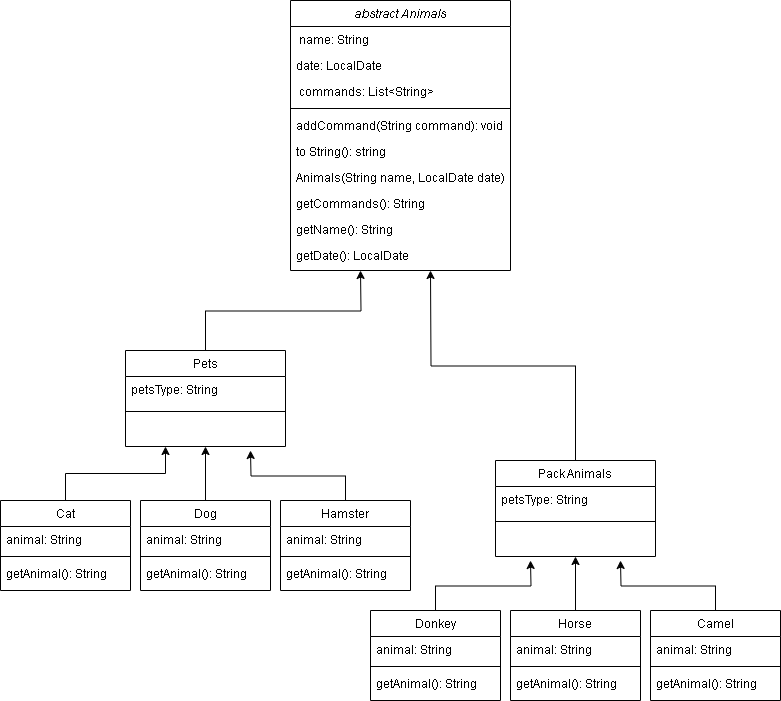
This is img/diagram.png from Baevar/finalHomeWork, a draw.io export, as it was before one commit. Source tidied: cells renumbered, new cells last; positions are measured from the earlier drawing's top-left corner, leaving out a move shared by most shapes.
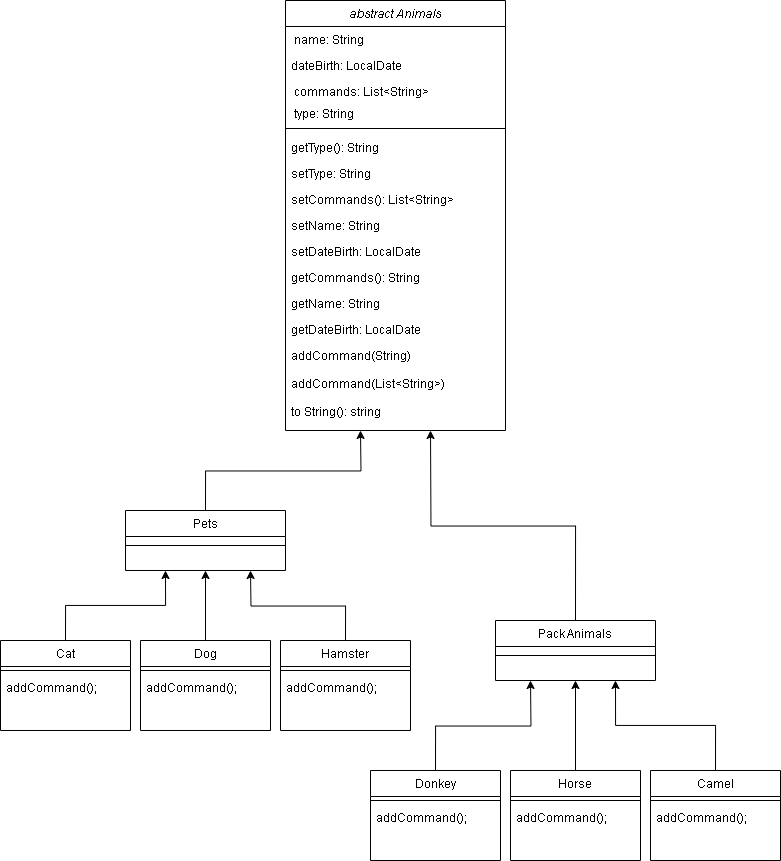
The same file after the commit.

Commit message:
поправил диаграмму

Diff of the diagram source:
```diff
@@ -3,52 +3,67 @@
     <mxCell id="0" />
     <mxCell id="1" parent="0" />
     <mxCell id="2" value="abstract Animals" style="swimlane;fontStyle=2;align=center;verticalAlign=top;horizontal=1;startSize=26;rounded=0;shadow=0;strokeWidth=1;" parent="1" vertex="1">
-      <mxGeometry x="290" width="220" height="270" as="geometry" />
+      <mxGeometry x="285" y="-160" width="220" height="430" as="geometry" />
     </mxCell>
     <mxCell id="3" value=" name: String" style="text;align=left;verticalAlign=top;spacingLeft=4;spacingRight=4;overflow=hidden;" parent="2" vertex="1">
       <mxGeometry y="26" width="220" height="26" as="geometry" />
     </mxCell>
-    <mxCell id="4" value="date: LocalDate" style="text;align=left;verticalAlign=top;spacingLeft=4;spacingRight=4;overflow=hidden;rounded=0;shadow=0;html=0;" parent="2" vertex="1">
+    <mxCell id="4" value="dateBirth: LocalDate" style="text;align=left;verticalAlign=top;spacingLeft=4;spacingRight=4;overflow=hidden;rounded=0;shadow=0;html=0;" parent="2" vertex="1">
       <mxGeometry y="52" width="220" height="26" as="geometry" />
     </mxCell>
     <mxCell id="5" value=" commands: List&lt;String&gt;" style="text;align=left;verticalAlign=top;spacingLeft=4;spacingRight=4;overflow=hidden;rounded=0;shadow=0;html=0;" parent="2" vertex="1">
-      <mxGeometry y="78" width="220" height="26" as="geometry" />
+      <mxGeometry y="78" width="220" height="22" as="geometry" />
     </mxCell>
+    <mxCell id="51" value=" type: String" style="text;align=left;verticalAlign=top;spacingLeft=4;spacingRight=4;overflow=hidden;rounded=0;shadow=0;html=0;" parent="2" vertex="1">
+      <mxGeometry y="100" width="220" height="22" as="geometry" />
+    </mxCell>
     <mxCell id="6" style="line;html=1;strokeWidth=1;align=left;verticalAlign=middle;spacingTop=-1;spacingLeft=3;spacingRight=3;labelPosition=right;" parent="2" vertex="1">
-      <mxGeometry y="104" width="220" height="8" as="geometry" />
+      <mxGeometry y="122" width="220" height="12" as="geometry" />
     </mxCell>
+    <mxCell id="11" value="getType(): String" style="text;align=left;verticalAlign=top;spacingLeft=4;spacingRight=4;overflow=hidden;" parent="2" vertex="1">
+      <mxGeometry y="134" width="220" height="26" as="geometry" />
+    </mxCell>
+    <mxCell id="52" value="setType: String" style="text;align=left;verticalAlign=top;spacingLeft=4;spacingRight=4;overflow=hidden;" parent="2" vertex="1">
+      <mxGeometry y="160" width="220" height="26" as="geometry" />
+    </mxCell>
+    <mxCell id="53" value="setCommands(): List&lt;String&gt;" style="text;align=left;verticalAlign=top;spacingLeft=4;spacingRight=4;overflow=hidden;" parent="2" vertex="1">
+      <mxGeometry y="186" width="220" height="26" as="geometry" />
+    </mxCell>
+    <mxCell id="54" value="setName: String" style="text;align=left;verticalAlign=top;spacingLeft=4;spacingRight=4;overflow=hidden;" parent="2" vertex="1">
+      <mxGeometry y="212" width="220" height="26" as="geometry" />
+    </mxCell>
+    <mxCell id="55" value="setDateBirth: LocalDate" style="text;align=left;verticalAlign=top;spacingLeft=4;spacingRight=4;overflow=hidden;" parent="2" vertex="1">
+      <mxGeometry y="238" width="220" height="26" as="geometry" />
+    </mxCell>
+    <mxCell id="10" value="getCommands(): String" style="text;align=left;verticalAlign=top;spacingLeft=4;spacingRight=4;overflow=hidden;" parent="2" vertex="1">
+      <mxGeometry y="264" width="220" height="26" as="geometry" />
+    </mxCell>
+    <mxCell id="56" value="getName: String" style="text;align=left;verticalAlign=top;spacingLeft=4;spacingRight=4;overflow=hidden;" parent="2" vertex="1">
+      <mxGeometry y="290" width="220" height="26" as="geometry" />
+    </mxCell>
+    <mxCell id="57" value="getDateBirth: LocalDate" style="text;align=left;verticalAlign=top;spacingLeft=4;spacingRight=4;overflow=hidden;" parent="2" vertex="1">
+      <mxGeometry y="316" width="220" height="26" as="geometry" />
+    </mxCell>
-    <mxCell id="7" value="addCommand(String command): void&#10;" style="text;align=left;verticalAlign=top;spacingLeft=4;spacingRight=4;overflow=hidden;" parent="2" vertex="1">
-      <mxGeometry y="112" width="220" height="26" as="geometry" />
+    <mxCell id="7" value="addCommand(String)&#10;" style="text;align=left;verticalAlign=top;spacingLeft=4;spacingRight=4;overflow=hidden;" parent="2" vertex="1">
+      <mxGeometry y="342" width="220" height="28" as="geometry" />
     </mxCell>
+    <mxCell id="58" value="addCommand(List&lt;String&gt;)&#10;" style="text;align=left;verticalAlign=top;spacingLeft=4;spacingRight=4;overflow=hidden;" parent="2" vertex="1">
+      <mxGeometry y="370" width="220" height="28" as="geometry" />
+    </mxCell>
     <mxCell id="8" value="to String(): string&#10;" style="text;align=left;verticalAlign=top;spacingLeft=4;spacingRight=4;overflow=hidden;" parent="2" vertex="1">
-      <mxGeometry y="138" width="220" height="26" as="geometry" />
+      <mxGeometry y="398" width="220" height="26" as="geometry" />
     </mxCell>
-    <mxCell id="9" value="Animals(String name, LocalDate date)" style="text;align=left;verticalAlign=top;spacingLeft=4;spacingRight=4;overflow=hidden;" parent="2" vertex="1">
-      <mxGeometry y="164" width="220" height="26" as="geometry" />
-    </mxCell>
-    <mxCell id="10" value="getCommands(): String" style="text;align=left;verticalAlign=top;spacingLeft=4;spacingRight=4;overflow=hidden;" parent="2" vertex="1">
-      <mxGeometry y="190" width="220" height="26" as="geometry" />
-    </mxCell>
-    <mxCell id="11" value="getName(): String" style="text;align=left;verticalAlign=top;spacingLeft=4;spacingRight=4;overflow=hidden;" parent="2" vertex="1">
-      <mxGeometry y="216" width="220" height="26" as="geometry" />
-    </mxCell>
-    <mxCell id="12" value="getDate(): LocalDate" style="text;align=left;verticalAlign=top;spacingLeft=4;spacingRight=4;overflow=hidden;" parent="2" vertex="1">
-      <mxGeometry y="242" width="220" height="26" as="geometry" />
-    </mxCell>
     <mxCell id="13" style="edgeStyle=orthogonalEdgeStyle;rounded=0;jettySize=auto;html=1;exitX=0.5;exitY=0;exitDx=0;exitDy=0;entryX=0.25;entryY=1;entryDx=0;entryDy=0;" parent="1" edge="1" source="14" target="19">
       <mxGeometry relative="1" as="geometry" />
     </mxCell>
     <mxCell id="14" value="Cat" style="swimlane;fontStyle=0;align=center;verticalAlign=top;horizontal=1;startSize=26;rounded=0;shadow=0;strokeWidth=1;" parent="1" vertex="1">
-      <mxGeometry y="500" width="130" height="90" as="geometry" />
+      <mxGeometry y="480" width="130" height="90" as="geometry" />
     </mxCell>
-    <mxCell id="15" value="animal: String" style="text;align=left;verticalAlign=top;spacingLeft=4;spacingRight=4;overflow=hidden;" parent="14" vertex="1">
-      <mxGeometry y="26" width="130" height="26" as="geometry" />
-    </mxCell>
     <mxCell id="16" style="line;html=1;strokeWidth=1;align=left;verticalAlign=middle;spacingTop=-1;spacingLeft=3;spacingRight=3;labelPosition=right;" parent="14" vertex="1">
-      <mxGeometry y="52" width="130" height="8" as="geometry" />
+      <mxGeometry y="26" width="130" height="8" as="geometry" />
     </mxCell>
-    <mxCell id="17" value="getAnimal(): String" style="text;align=left;verticalAlign=top;spacingLeft=4;spacingRight=4;overflow=hidden;" parent="14" vertex="1">
-      <mxGeometry y="60" width="130" height="26" as="geometry" />
+    <mxCell id="17" value="addCommand();" style="text;align=left;verticalAlign=top;spacingLeft=4;spacingRight=4;overflow=hidden;" parent="14" vertex="1">
+      <mxGeometry y="34" width="130" height="26" as="geometry" />
     </mxCell>
     <mxCell id="18" style="edgeStyle=orthogonalEdgeStyle;rounded=0;jettySize=auto;html=1;exitX=0.5;exitY=0;exitDx=0;exitDy=0;" parent="1" edge="1" source="19">
       <mxGeometry relative="1" as="geometry">
@@ -56,13 +71,10 @@
       </mxGeometry>
     </mxCell>
     <mxCell id="19" value="Pets" style="swimlane;fontStyle=0;align=center;verticalAlign=top;horizontal=1;startSize=26;rounded=0;shadow=0;strokeWidth=1;" parent="1" vertex="1">
-      <mxGeometry x="125" y="350" width="160" height="96" as="geometry" />
+      <mxGeometry x="125" y="350" width="160" height="60" as="geometry" />
     </mxCell>
-    <mxCell id="20" value="petsType: String" style="text;align=left;verticalAlign=top;spacingLeft=4;spacingRight=4;overflow=hidden;" parent="19" vertex="1">
-      <mxGeometry y="26" width="160" height="26" as="geometry" />
-    </mxCell>
     <mxCell id="21" style="line;html=1;strokeWidth=1;align=left;verticalAlign=middle;spacingTop=-1;spacingLeft=3;spacingRight=3;labelPosition=right;" parent="19" vertex="1">
-      <mxGeometry y="52" width="160" height="18" as="geometry" />
+      <mxGeometry y="26" width="160" height="18" as="geometry" />
     </mxCell>
     <mxCell id="22" style="edgeStyle=orthogonalEdgeStyle;rounded=0;jettySize=auto;html=1;exitX=0.5;exitY=0;exitDx=0;exitDy=0;" parent="1" edge="1" source="23">
       <mxGeometry relative="1" as="geometry">
@@ -70,94 +82,74 @@
       </mxGeometry>
     </mxCell>
     <mxCell id="23" value="Pack Animals" style="swimlane;fontStyle=0;align=center;verticalAlign=top;horizontal=1;startSize=26;rounded=0;shadow=0;strokeWidth=1;" parent="1" vertex="1">
-      <mxGeometry x="495" y="460" width="160" height="96" as="geometry" />
+      <mxGeometry x="495" y="460" width="160" height="60" as="geometry" />
     </mxCell>
-    <mxCell id="24" value="petsType: String" style="text;align=left;verticalAlign=top;spacingLeft=4;spacingRight=4;overflow=hidden;" parent="23" vertex="1">
-      <mxGeometry y="26" width="160" height="26" as="geometry" />
-    </mxCell>
     <mxCell id="25" style="line;html=1;strokeWidth=1;align=left;verticalAlign=middle;spacingTop=-1;spacingLeft=3;spacingRight=3;labelPosition=right;" parent="23" vertex="1">
-      <mxGeometry y="52" width="160" height="18" as="geometry" />
+      <mxGeometry y="26" width="160" height="18" as="geometry" />
     </mxCell>
     <mxCell id="26" style="edgeStyle=orthogonalEdgeStyle;rounded=0;jettySize=auto;html=1;exitX=0.5;exitY=0;exitDx=0;exitDy=0;entryX=0.5;entryY=1;entryDx=0;entryDy=0;" parent="1" edge="1" source="27" target="19">
       <mxGeometry relative="1" as="geometry" />
     </mxCell>
     <mxCell id="27" value="Dog" style="swimlane;fontStyle=0;align=center;verticalAlign=top;horizontal=1;startSize=26;rounded=0;shadow=0;strokeWidth=1;" parent="1" vertex="1">
-      <mxGeometry x="140" y="500" width="130" height="90" as="geometry" />
+      <mxGeometry x="140" y="480" width="130" height="90" as="geometry" />
     </mxCell>
-    <mxCell id="28" value="animal: String" style="text;align=left;verticalAlign=top;spacingLeft=4;spacingRight=4;overflow=hidden;" parent="27" vertex="1">
-      <mxGeometry y="26" width="130" height="26" as="geometry" />
-    </mxCell>
     <mxCell id="29" style="line;html=1;strokeWidth=1;align=left;verticalAlign=middle;spacingTop=-1;spacingLeft=3;spacingRight=3;labelPosition=right;" parent="27" vertex="1">
-      <mxGeometry y="52" width="130" height="8" as="geometry" />
+      <mxGeometry y="26" width="130" height="8" as="geometry" />
     </mxCell>
-    <mxCell id="30" value="getAnimal(): String" style="text;align=left;verticalAlign=top;spacingLeft=4;spacingRight=4;overflow=hidden;" parent="27" vertex="1">
-      <mxGeometry y="60" width="130" height="26" as="geometry" />
-    </mxCell>
+    <mxCell id="59" value="addCommand();" style="text;align=left;verticalAlign=top;spacingLeft=4;spacingRight=4;overflow=hidden;" parent="27" vertex="1">
+      <mxGeometry y="34" width="130" height="26" as="geometry" />
+    </mxCell>
     <mxCell id="31" style="edgeStyle=orthogonalEdgeStyle;rounded=0;jettySize=auto;html=1;exitX=0.5;exitY=0;exitDx=0;exitDy=0;" parent="1" edge="1" source="32">
       <mxGeometry relative="1" as="geometry">
-        <mxPoint x="250" y="450" as="targetPoint" />
+        <mxPoint x="250" y="410" as="targetPoint" />
       </mxGeometry>
     </mxCell>
     <mxCell id="32" value="Hamster" style="swimlane;fontStyle=0;align=center;verticalAlign=top;horizontal=1;startSize=26;rounded=0;shadow=0;strokeWidth=1;" parent="1" vertex="1">
-      <mxGeometry x="280" y="500" width="130" height="90" as="geometry" />
+      <mxGeometry x="280" y="480" width="130" height="90" as="geometry" />
     </mxCell>
-    <mxCell id="33" value="animal: String" style="text;align=left;verticalAlign=top;spacingLeft=4;spacingRight=4;overflow=hidden;" parent="32" vertex="1">
-      <mxGeometry y="26" width="130" height="26" as="geometry" />
-    </mxCell>
     <mxCell id="34" style="line;html=1;strokeWidth=1;align=left;verticalAlign=middle;spacingTop=-1;spacingLeft=3;spacingRight=3;labelPosition=right;" parent="32" vertex="1">
-      <mxGeometry y="52" width="130" height="8" as="geometry" />
+      <mxGeometry y="26" width="130" height="8" as="geometry" />
     </mxCell>
-    <mxCell id="35" value="getAnimal(): String" style="text;align=left;verticalAlign=top;spacingLeft=4;spacingRight=4;overflow=hidden;" parent="32" vertex="1">
-      <mxGeometry y="60" width="130" height="26" as="geometry" />
-    </mxCell>
+    <mxCell id="60" value="addCommand();" style="text;align=left;verticalAlign=top;spacingLeft=4;spacingRight=4;overflow=hidden;" parent="32" vertex="1">
+      <mxGeometry y="34" width="130" height="26" as="geometry" />
+    </mxCell>
     <mxCell id="36" style="edgeStyle=orthogonalEdgeStyle;rounded=0;jettySize=auto;html=1;exitX=0.5;exitY=0;exitDx=0;exitDy=0;" parent="1" edge="1" source="37">
       <mxGeometry relative="1" as="geometry">
-        <mxPoint x="530" y="560" as="targetPoint" />
+        <mxPoint x="530" y="520" as="targetPoint" />
       </mxGeometry>
     </mxCell>
     <mxCell id="37" value="Donkey" style="swimlane;fontStyle=0;align=center;verticalAlign=top;horizontal=1;startSize=26;rounded=0;shadow=0;strokeWidth=1;" parent="1" vertex="1">
       <mxGeometry x="370" y="610" width="130" height="90" as="geometry" />
     </mxCell>
-    <mxCell id="38" value="animal: String" style="text;align=left;verticalAlign=top;spacingLeft=4;spacingRight=4;overflow=hidden;" parent="37" vertex="1">
-      <mxGeometry y="26" width="130" height="26" as="geometry" />
-    </mxCell>
     <mxCell id="39" style="line;html=1;strokeWidth=1;align=left;verticalAlign=middle;spacingTop=-1;spacingLeft=3;spacingRight=3;labelPosition=right;" parent="37" vertex="1">
-      <mxGeometry y="52" width="130" height="8" as="geometry" />
+      <mxGeometry y="26" width="130" height="8" as="geometry" />
     </mxCell>
-    <mxCell id="40" value="getAnimal(): String" style="text;align=left;verticalAlign=top;spacingLeft=4;spacingRight=4;overflow=hidden;" parent="37" vertex="1">
-      <mxGeometry y="60" width="130" height="26" as="geometry" />
-    </mxCell>
+    <mxCell id="61" value="addCommand();" style="text;align=left;verticalAlign=top;spacingLeft=4;spacingRight=4;overflow=hidden;" parent="37" vertex="1">
+      <mxGeometry y="34" width="130" height="26" as="geometry" />
+    </mxCell>
     <mxCell id="41" style="edgeStyle=orthogonalEdgeStyle;rounded=0;jettySize=auto;html=1;exitX=0.5;exitY=0;exitDx=0;exitDy=0;entryX=0.5;entryY=1;entryDx=0;entryDy=0;" parent="1" edge="1" source="42" target="23">
       <mxGeometry relative="1" as="geometry" />
     </mxCell>
     <mxCell id="42" value="Horse" style="swimlane;fontStyle=0;align=center;verticalAlign=top;horizontal=1;startSize=26;rounded=0;shadow=0;strokeWidth=1;" parent="1" vertex="1">
       <mxGeometry x="510" y="610" width="130" height="90" as="geometry" />
     </mxCell>
-    <mxCell id="43" value="animal: String" style="text;align=left;verticalAlign=top;spacingLeft=4;spacingRight=4;overflow=hidden;" parent="42" vertex="1">
-      <mxGeometry y="26" width="130" height="26" as="geometry" />
-    </mxCell>
     <mxCell id="44" style="line;html=1;strokeWidth=1;align=left;verticalAlign=middle;spacingTop=-1;spacingLeft=3;spacingRight=3;labelPosition=right;" parent="42" vertex="1">
-      <mxGeometry y="52" width="130" height="8" as="geometry" />
+      <mxGeometry y="26" width="130" height="8" as="geometry" />
     </mxCell>
-    <mxCell id="45" value="getAnimal(): String" style="text;align=left;verticalAlign=top;spacingLeft=4;spacingRight=4;overflow=hidden;" parent="42" vertex="1">
-      <mxGeometry y="60" width="130" height="26" as="geometry" />
-    </mxCell>
+    <mxCell id="62" value="addCommand();" style="text;align=left;verticalAlign=top;spacingLeft=4;spacingRight=4;overflow=hidden;" parent="42" vertex="1">
+      <mxGeometry y="34" width="130" height="26" as="geometry" />
+    </mxCell>
-    <mxCell id="46" style="edgeStyle=orthogonalEdgeStyle;rounded=0;jettySize=auto;html=1;exitX=0.5;exitY=0;exitDx=0;exitDy=0;" parent="1" edge="1" source="47">
-      <mxGeometry relative="1" as="geometry">
-        <mxPoint x="620" y="560" as="targetPoint" />
-      </mxGeometry>
+    <mxCell id="46" style="edgeStyle=orthogonalEdgeStyle;rounded=0;jettySize=auto;html=1;exitX=0.5;exitY=0;exitDx=0;exitDy=0;entryX=0.75;entryY=1;entryDx=0;entryDy=0;" parent="1" edge="1" source="47" target="23">
+      <mxGeometry relative="1" as="geometry" />
     </mxCell>
     <mxCell id="47" value="Camel" style="swimlane;fontStyle=0;align=center;verticalAlign=top;horizontal=1;startSize=26;rounded=0;shadow=0;strokeWidth=1;" parent="1" vertex="1">
       <mxGeometry x="650" y="610" width="130" height="90" as="geometry" />
     </mxCell>
-    <mxCell id="48" value="animal: String" style="text;align=left;verticalAlign=top;spacingLeft=4;spacingRight=4;overflow=hidden;" parent="47" vertex="1">
-      <mxGeometry y="26" width="130" height="26" as="geometry" />
-    </mxCell>
     <mxCell id="49" style="line;html=1;strokeWidth=1;align=left;verticalAlign=middle;spacingTop=-1;spacingLeft=3;spacingRight=3;labelPosition=right;" parent="47" vertex="1">
-      <mxGeometry y="52" width="130" height="8" as="geometry" />
+      <mxGeometry y="26" width="130" height="8" as="geometry" />
     </mxCell>
-    <mxCell id="50" value="getAnimal(): String" style="text;align=left;verticalAlign=top;spacingLeft=4;spacingRight=4;overflow=hidden;" parent="47" vertex="1">
-      <mxGeometry y="60" width="130" height="26" as="geometry" />
-    </mxCell>
+    <mxCell id="63" value="addCommand();" style="text;align=left;verticalAlign=top;spacingLeft=4;spacingRight=4;overflow=hidden;" parent="47" vertex="1">
+      <mxGeometry y="34" width="130" height="26" as="geometry" />
+    </mxCell>
   </root>
 </mxGraphModel>
```
